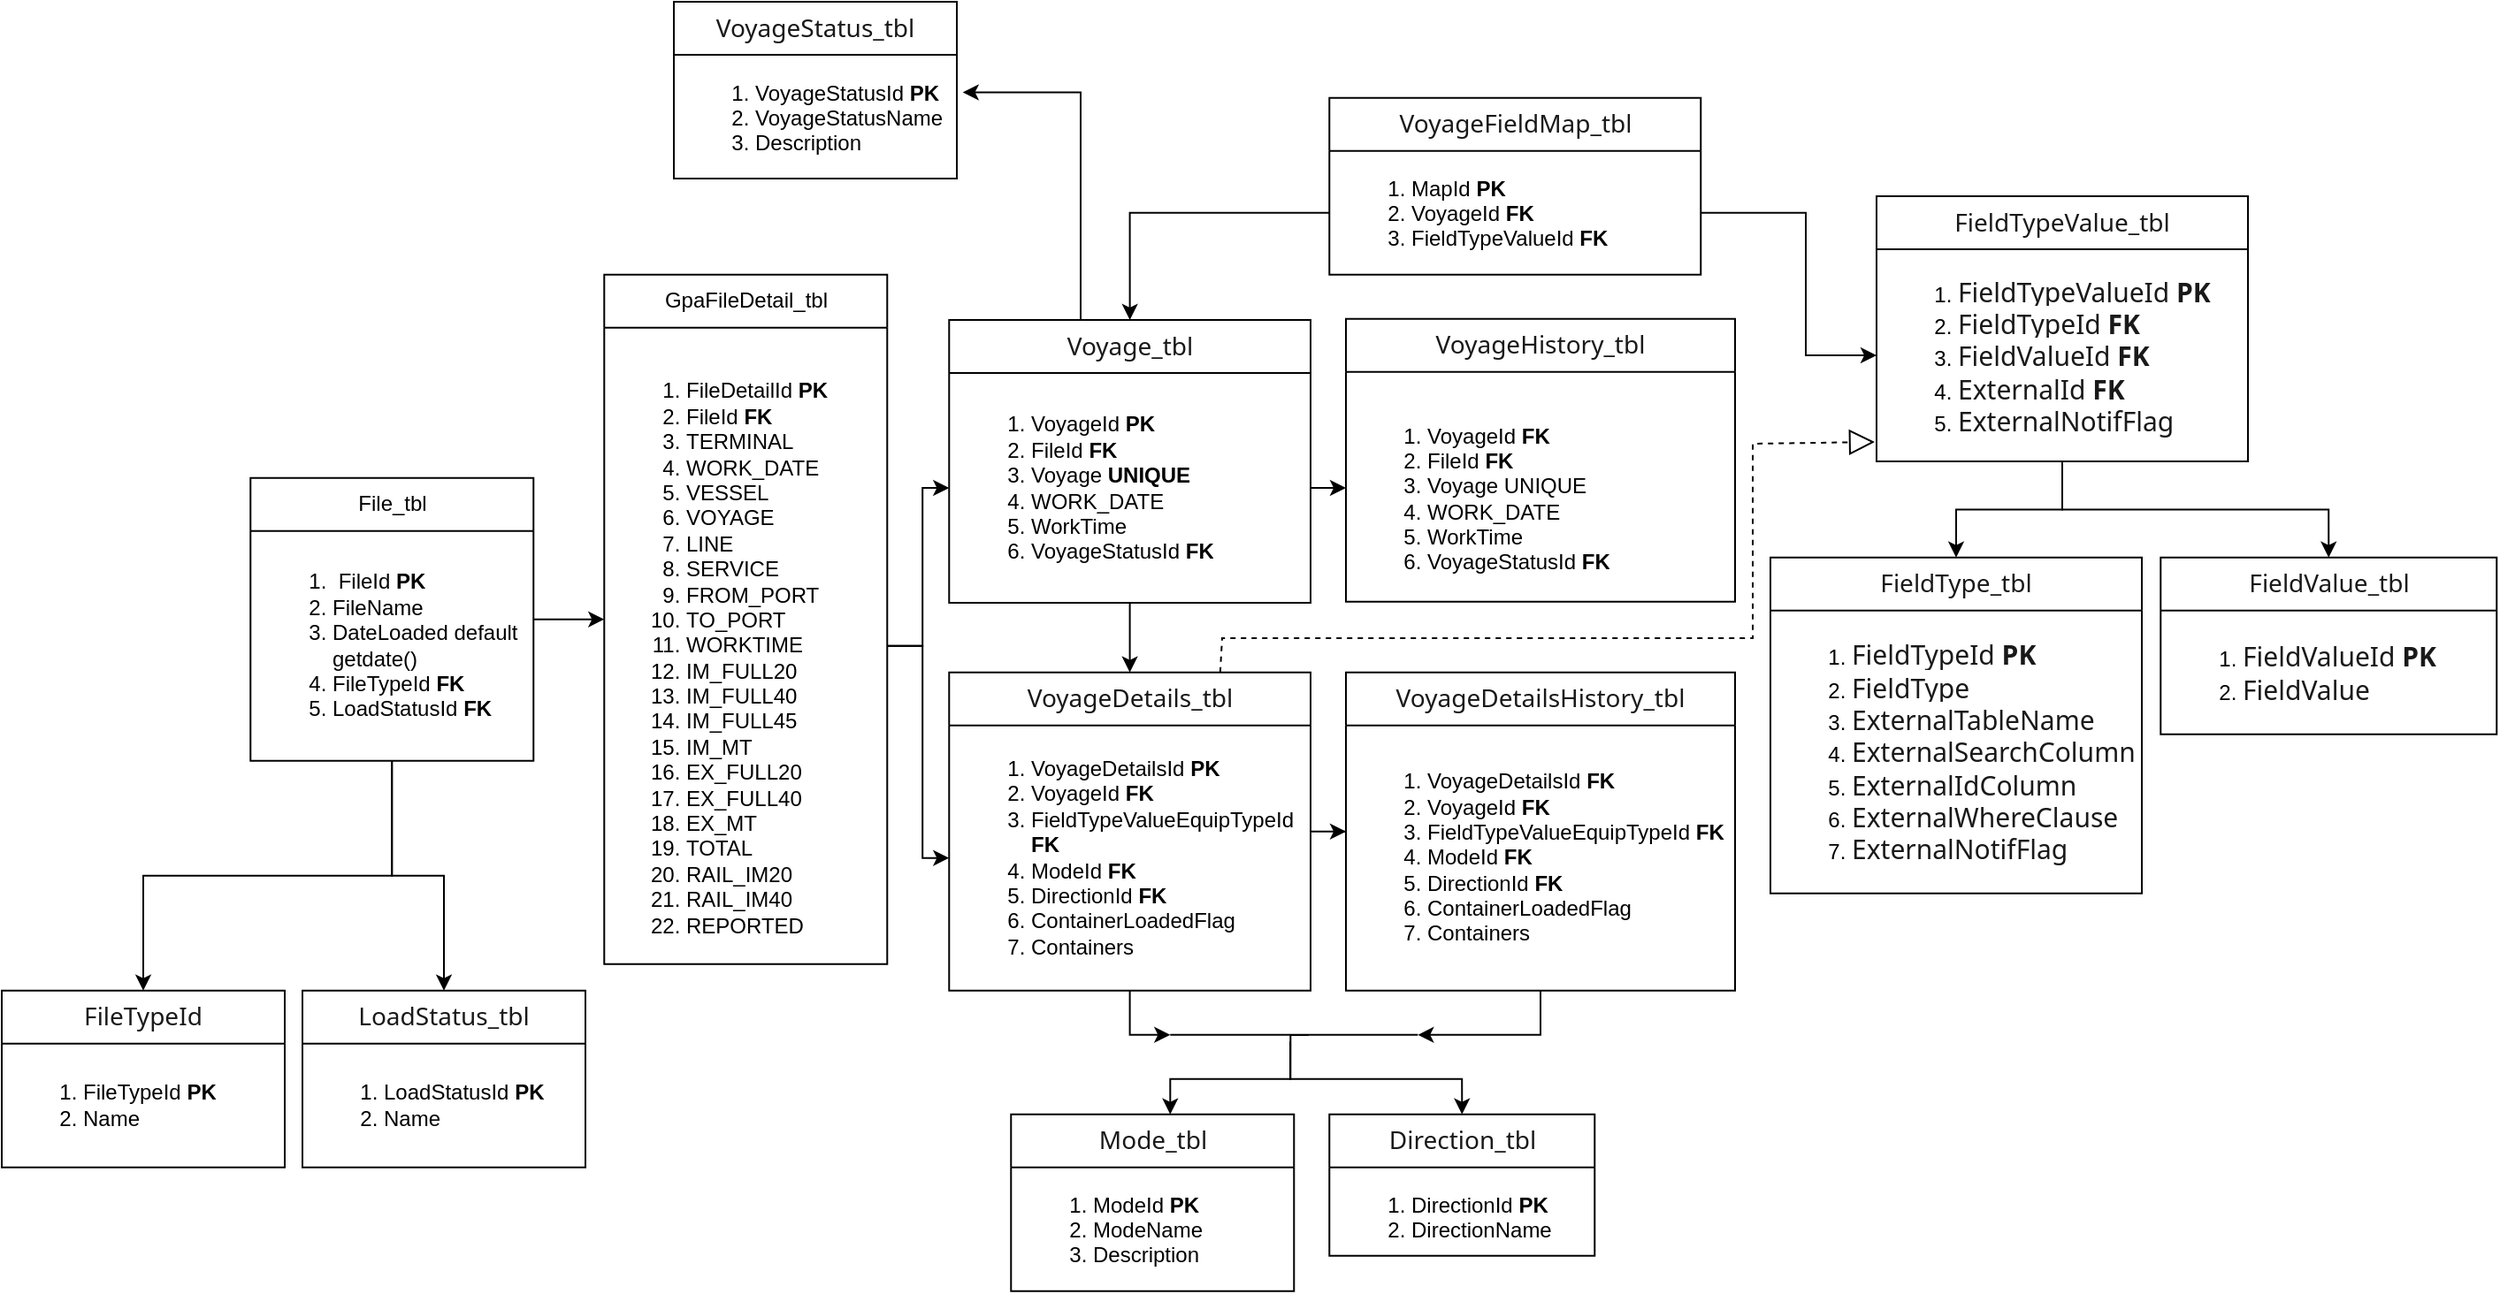
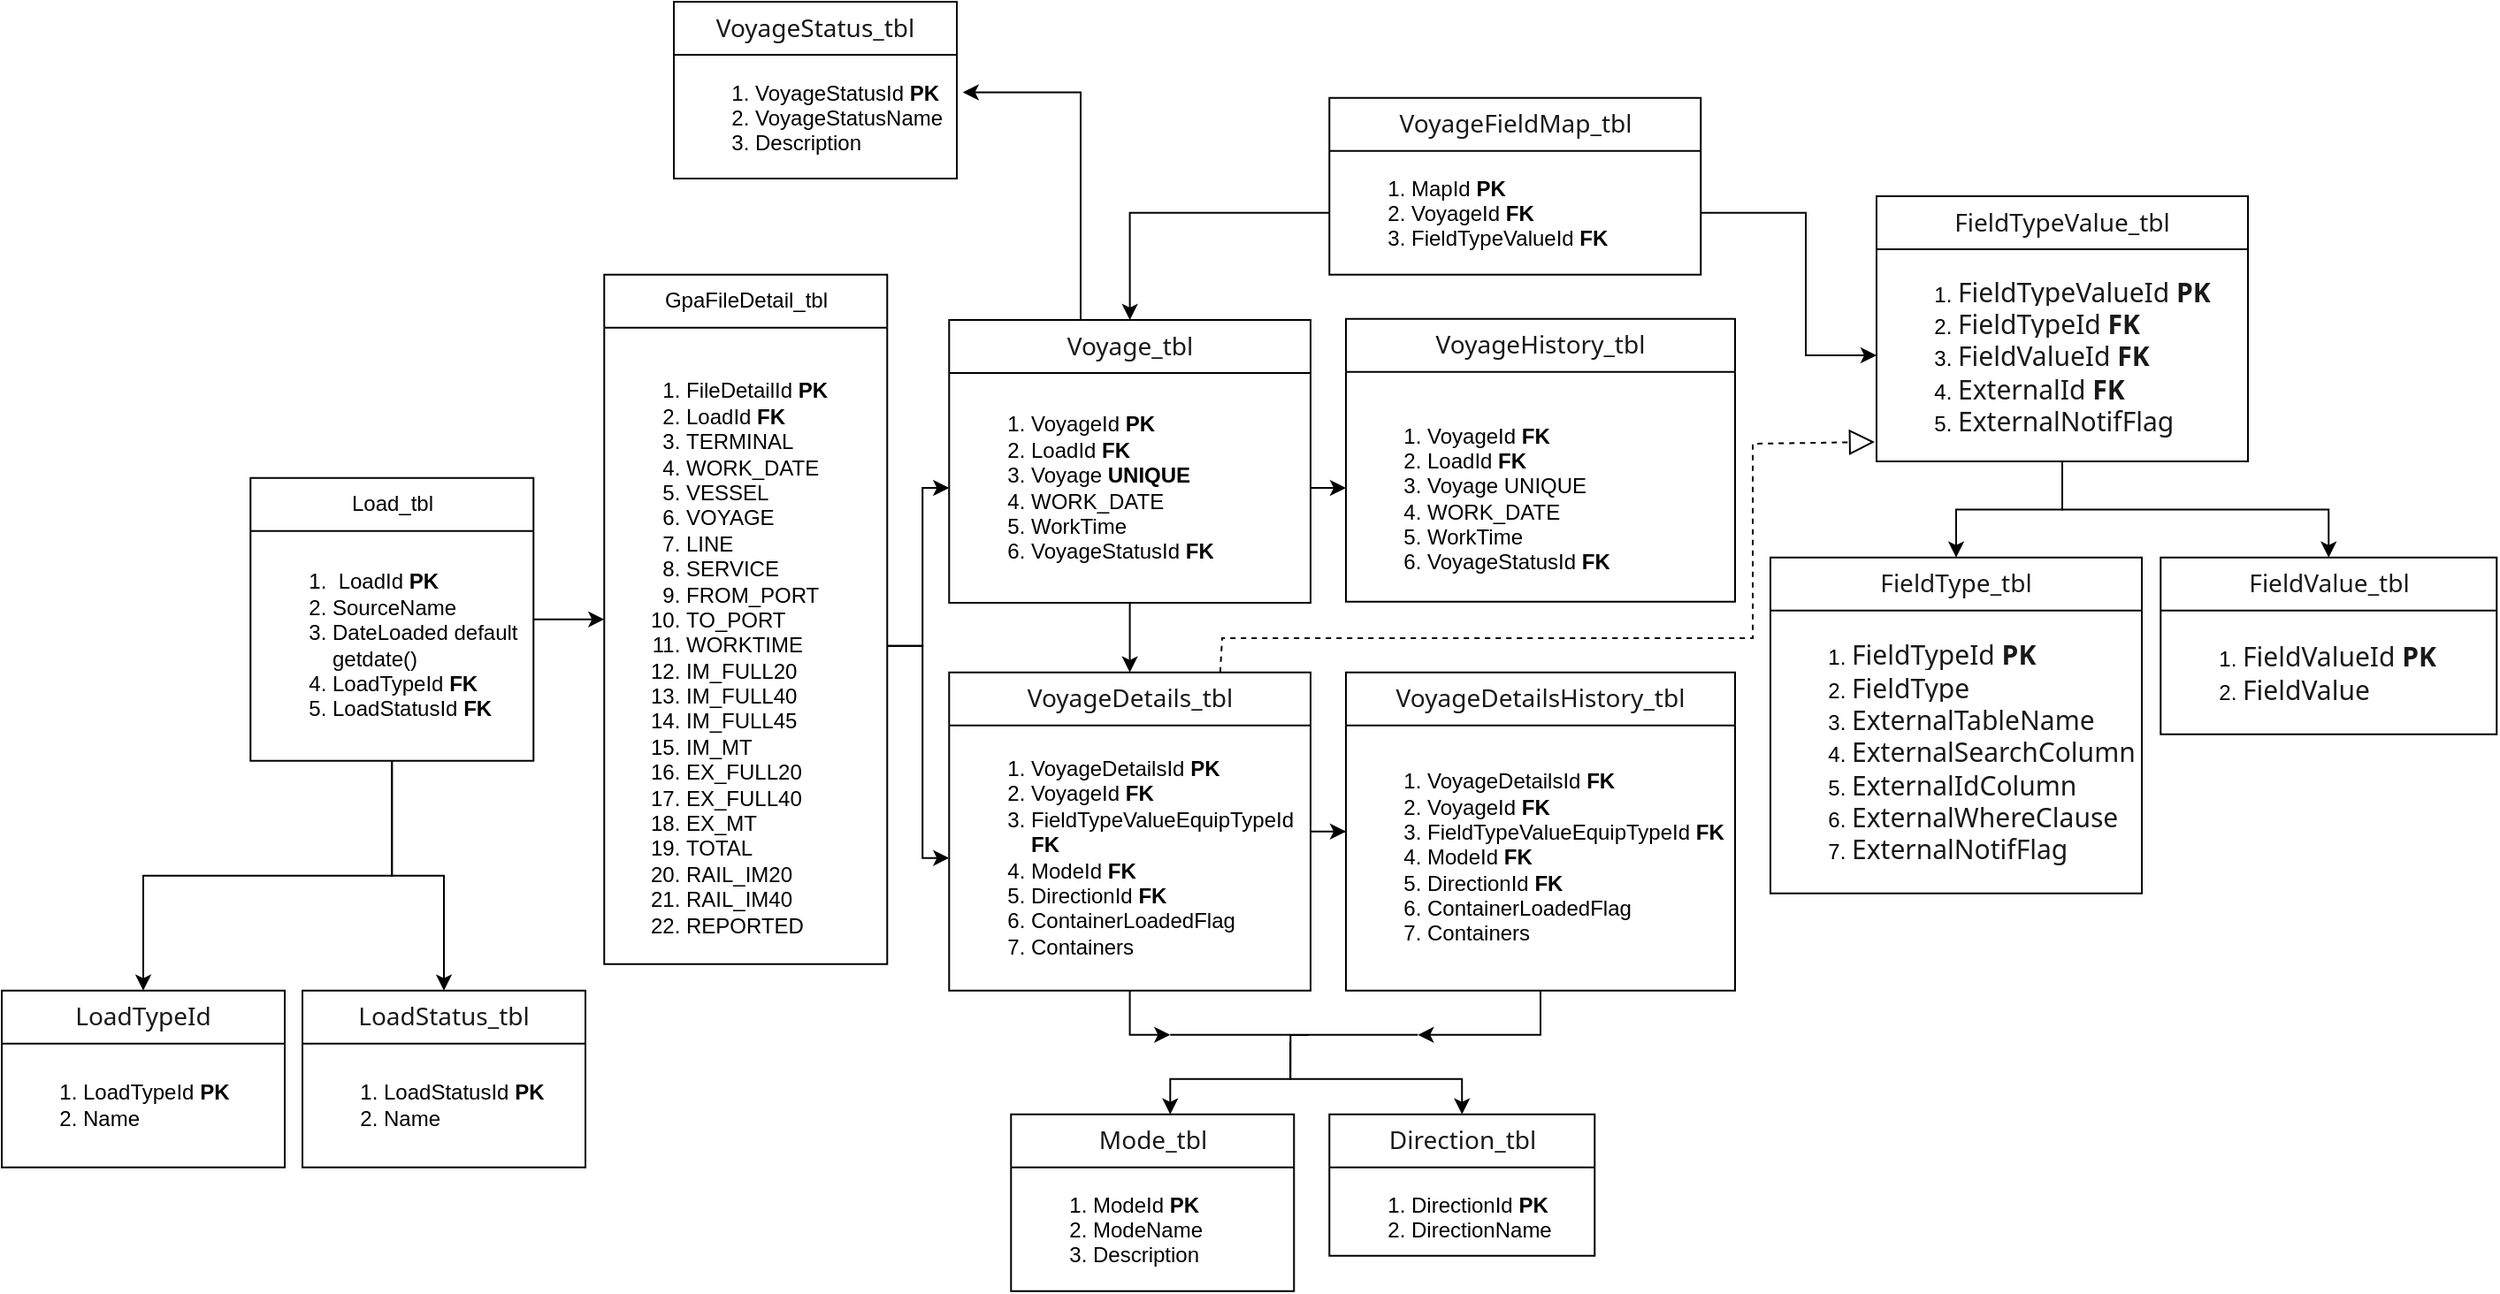
<mxfile host="app.diagrams.net">
  <diagram name="Page-1" id="kaVRo81VIs2B3YFD7KDR">
    <mxGraphModel dx="1638" dy="823" grid="1" gridSize="10" guides="1" tooltips="1" connect="1" arrows="1" fold="1" page="1" pageScale="1" pageWidth="850" pageHeight="1100" math="0" shadow="0">
      <root>
        <mxCell id="0" />
        <mxCell id="1" parent="0" />
        <mxCell id="VEAa2O26n6UEFuyFMqfj-3" edge="1" parent="1" source="VEAa2O26n6UEFuyFMqfj-4" style="edgeStyle=orthogonalEdgeStyle;rounded=0;orthogonalLoop=1;jettySize=auto;html=1;" target="VEAa2O26n6UEFuyFMqfj-6" value="">
          <mxGeometry relative="1" as="geometry" />
        </mxCell>
        <mxCell id="VEAa2O26n6UEFuyFMqfj-45" edge="1" parent="1" source="VEAa2O26n6UEFuyFMqfj-4" style="edgeStyle=orthogonalEdgeStyle;rounded=0;orthogonalLoop=1;jettySize=auto;html=1;" target="VEAa2O26n6UEFuyFMqfj-42">
          <mxGeometry relative="1" as="geometry" />
        </mxCell>
        <mxCell id="VEAa2O26n6UEFuyFMqfj-48" edge="1" parent="1" source="VEAa2O26n6UEFuyFMqfj-4" style="edgeStyle=orthogonalEdgeStyle;rounded=0;orthogonalLoop=1;jettySize=auto;html=1;entryX=0.5;entryY=0;entryDx=0;entryDy=0;" target="VEAa2O26n6UEFuyFMqfj-46">
          <mxGeometry relative="1" as="geometry" />
        </mxCell>
-         <mxCell id="VEAa2O26n6UEFuyFMqfj-4" parent="1" style="swimlane;fontStyle=0;childLayout=stackLayout;horizontal=1;startSize=30;horizontalStack=0;resizeParent=1;resizeParentMax=0;resizeLast=0;collapsible=1;marginBottom=0;whiteSpace=wrap;html=1;" value="File_tbl" vertex="1">
+         <mxCell id="VEAa2O26n6UEFuyFMqfj-4" parent="1" style="swimlane;fontStyle=0;childLayout=stackLayout;horizontal=1;startSize=30;horizontalStack=0;resizeParent=1;resizeParentMax=0;resizeLast=0;collapsible=1;marginBottom=0;whiteSpace=wrap;html=1;" value="Load_tbl" vertex="1">
          <mxGeometry height="160" width="160" x="680.6363636363635" y="1049.3636363636363" as="geometry" />
        </mxCell>
-         <mxCell id="VEAa2O26n6UEFuyFMqfj-5" parent="VEAa2O26n6UEFuyFMqfj-4" style="text;strokeColor=none;fillColor=none;align=left;verticalAlign=middle;spacingLeft=4;spacingRight=4;overflow=hidden;points=[[0,0.5],[1,0.5]];portConstraint=eastwest;rotatable=0;html=1;whiteSpace=wrap;labelBorderColor=none;textShadow=0;" value="&lt;ol&gt;&lt;li&gt;&lt;span style=&quot;background-color: transparent; color: light-dark(rgb(0, 0, 0), rgb(255, 255, 255));&quot;&gt;&amp;nbsp;FileId&lt;/span&gt;&lt;span style=&quot;background-color: transparent; color: light-dark(rgb(0, 0, 0), rgb(255, 255, 255));&quot;&gt;&amp;nbsp;&lt;b&gt;PK&lt;/b&gt;&lt;/span&gt;&lt;/li&gt;&lt;li&gt;&lt;span style=&quot;background-color: transparent; color: light-dark(rgb(0, 0, 0), rgb(255, 255, 255));&quot;&gt;FileName&lt;/span&gt;&lt;/li&gt;&lt;li&gt;&lt;span style=&quot;background-color: transparent; color: light-dark(rgb(0, 0, 0), rgb(255, 255, 255));&quot;&gt;DateLoaded default getdate()&lt;/span&gt;&lt;/li&gt;&lt;li&gt;&lt;span style=&quot;background-color: transparent; color: light-dark(rgb(0, 0, 0), rgb(255, 255, 255));&quot;&gt;FileTypeId &lt;b&gt;FK&lt;/b&gt;&lt;/span&gt;&lt;/li&gt;&lt;li&gt;&lt;span style=&quot;background-color: transparent; color: light-dark(rgb(0, 0, 0), rgb(255, 255, 255));&quot;&gt;LoadStatusId &lt;b&gt;FK&lt;/b&gt;&lt;/span&gt;&lt;/li&gt;&lt;/ol&gt;" vertex="1">
+         <mxCell id="VEAa2O26n6UEFuyFMqfj-5" parent="VEAa2O26n6UEFuyFMqfj-4" style="text;strokeColor=none;fillColor=none;align=left;verticalAlign=middle;spacingLeft=4;spacingRight=4;overflow=hidden;points=[[0,0.5],[1,0.5]];portConstraint=eastwest;rotatable=0;html=1;whiteSpace=wrap;labelBorderColor=none;textShadow=0;" value="&lt;ol&gt;&lt;li&gt;&lt;span style=&quot;background-color: transparent; color: light-dark(rgb(0, 0, 0), rgb(255, 255, 255));&quot;&gt;&amp;nbsp;LoadId&lt;/span&gt;&lt;span style=&quot;background-color: transparent; color: light-dark(rgb(0, 0, 0), rgb(255, 255, 255));&quot;&gt;&amp;nbsp;&lt;b&gt;PK&lt;/b&gt;&lt;/span&gt;&lt;/li&gt;&lt;li&gt;&lt;span style=&quot;background-color: transparent; color: light-dark(rgb(0, 0, 0), rgb(255, 255, 255));&quot;&gt;SourceName&lt;/span&gt;&lt;/li&gt;&lt;li&gt;&lt;span style=&quot;background-color: transparent; color: light-dark(rgb(0, 0, 0), rgb(255, 255, 255));&quot;&gt;DateLoaded default getdate()&lt;/span&gt;&lt;/li&gt;&lt;li&gt;&lt;span style=&quot;background-color: transparent; color: light-dark(rgb(0, 0, 0), rgb(255, 255, 255));&quot;&gt;LoadTypeId &lt;b&gt;FK&lt;/b&gt;&lt;/span&gt;&lt;/li&gt;&lt;li&gt;&lt;span style=&quot;background-color: transparent; color: light-dark(rgb(0, 0, 0), rgb(255, 255, 255));&quot;&gt;LoadStatusId &lt;b&gt;FK&lt;/b&gt;&lt;/span&gt;&lt;/li&gt;&lt;/ol&gt;" vertex="1">
          <mxGeometry height="130" width="160" y="30" as="geometry" />
        </mxCell>
        <mxCell id="VEAa2O26n6UEFuyFMqfj-6" parent="1" style="swimlane;fontStyle=0;childLayout=stackLayout;horizontal=1;startSize=30;horizontalStack=0;resizeParent=1;resizeParentMax=0;resizeLast=0;collapsible=1;marginBottom=0;whiteSpace=wrap;html=1;" value="GpaFileDetail_tbl" vertex="1">
          <mxGeometry height="390" width="160" x="880.6363636363635" y="934.3636363636363" as="geometry" />
        </mxCell>
-         <mxCell id="VEAa2O26n6UEFuyFMqfj-7" parent="VEAa2O26n6UEFuyFMqfj-6" style="text;strokeColor=none;fillColor=none;align=left;verticalAlign=middle;spacingLeft=4;spacingRight=4;overflow=hidden;points=[[0,0.5],[1,0.5]];portConstraint=eastwest;rotatable=0;html=1;whiteSpace=wrap;labelBorderColor=none;textShadow=0;" value="&lt;br style=&quot;background-color: transparent; color: light-dark(rgb(0, 0, 0), rgb(255, 255, 255));&quot;&gt;&lt;ol&gt;&lt;li&gt;FileDetailId &lt;b&gt;PK&lt;/b&gt;&lt;/li&gt;&lt;li&gt;FileId &lt;b&gt;FK&lt;/b&gt;&lt;/li&gt;&lt;li&gt;&lt;span style=&quot;background-color: transparent; color: light-dark(rgb(0, 0, 0), rgb(255, 255, 255));&quot;&gt;TERMINAL&lt;/span&gt;&lt;/li&gt;&lt;li&gt;&lt;span style=&quot;background-color: transparent; color: light-dark(rgb(0, 0, 0), rgb(255, 255, 255));&quot;&gt;WORK_DATE&lt;/span&gt;&lt;/li&gt;&lt;li&gt;&lt;span style=&quot;background-color: transparent; color: light-dark(rgb(0, 0, 0), rgb(255, 255, 255));&quot;&gt;VESSEL&lt;/span&gt;&lt;/li&gt;&lt;li&gt;&lt;span style=&quot;background-color: transparent; color: light-dark(rgb(0, 0, 0), rgb(255, 255, 255));&quot;&gt;VOYAGE&lt;/span&gt;&lt;/li&gt;&lt;li&gt;&lt;span style=&quot;background-color: transparent; color: light-dark(rgb(0, 0, 0), rgb(255, 255, 255));&quot;&gt;LINE&lt;/span&gt;&lt;/li&gt;&lt;li&gt;&lt;span style=&quot;background-color: transparent; color: light-dark(rgb(0, 0, 0), rgb(255, 255, 255));&quot;&gt;SERVICE&lt;/span&gt;&lt;/li&gt;&lt;li&gt;&lt;span style=&quot;background-color: transparent; color: light-dark(rgb(0, 0, 0), rgb(255, 255, 255));&quot;&gt;FROM_PORT&lt;/span&gt;&lt;/li&gt;&lt;li&gt;&lt;span style=&quot;background-color: transparent; color: light-dark(rgb(0, 0, 0), rgb(255, 255, 255));&quot;&gt;TO_PORT&lt;/span&gt;&lt;/li&gt;&lt;li&gt;&lt;span style=&quot;background-color: transparent; color: light-dark(rgb(0, 0, 0), rgb(255, 255, 255));&quot;&gt;WORKTIME&lt;/span&gt;&lt;/li&gt;&lt;li&gt;&lt;span style=&quot;background-color: transparent; color: light-dark(rgb(0, 0, 0), rgb(255, 255, 255));&quot;&gt;IM_FULL20&lt;/span&gt;&lt;/li&gt;&lt;li&gt;&lt;span style=&quot;background-color: transparent; color: light-dark(rgb(0, 0, 0), rgb(255, 255, 255));&quot;&gt;IM_FULL40&lt;/span&gt;&lt;/li&gt;&lt;li&gt;&lt;span style=&quot;background-color: transparent; color: light-dark(rgb(0, 0, 0), rgb(255, 255, 255));&quot;&gt;IM_FULL45&lt;/span&gt;&lt;/li&gt;&lt;li&gt;&lt;span style=&quot;background-color: transparent; color: light-dark(rgb(0, 0, 0), rgb(255, 255, 255));&quot;&gt;IM_MT&lt;/span&gt;&lt;/li&gt;&lt;li&gt;&lt;span style=&quot;background-color: transparent; color: light-dark(rgb(0, 0, 0), rgb(255, 255, 255));&quot;&gt;EX_FULL20&lt;/span&gt;&lt;/li&gt;&lt;li&gt;&lt;span style=&quot;background-color: transparent; color: light-dark(rgb(0, 0, 0), rgb(255, 255, 255));&quot;&gt;EX_FULL40&lt;/span&gt;&lt;/li&gt;&lt;li&gt;&lt;span style=&quot;background-color: transparent; color: light-dark(rgb(0, 0, 0), rgb(255, 255, 255));&quot;&gt;EX_MT&lt;/span&gt;&lt;/li&gt;&lt;li&gt;&lt;span style=&quot;background-color: transparent; color: light-dark(rgb(0, 0, 0), rgb(255, 255, 255));&quot;&gt;TOTAL&lt;/span&gt;&lt;/li&gt;&lt;li&gt;&lt;span style=&quot;background-color: transparent; color: light-dark(rgb(0, 0, 0), rgb(255, 255, 255));&quot;&gt;RAIL_IM20&lt;/span&gt;&lt;/li&gt;&lt;li&gt;&lt;span style=&quot;background-color: transparent; color: light-dark(rgb(0, 0, 0), rgb(255, 255, 255));&quot;&gt;RAIL_IM40&lt;/span&gt;&lt;/li&gt;&lt;li&gt;&lt;span style=&quot;background-color: transparent; color: light-dark(rgb(0, 0, 0), rgb(255, 255, 255));&quot;&gt;REPORTED&lt;/span&gt;&lt;/li&gt;&lt;/ol&gt;" vertex="1">
+         <mxCell id="VEAa2O26n6UEFuyFMqfj-7" parent="VEAa2O26n6UEFuyFMqfj-6" style="text;strokeColor=none;fillColor=none;align=left;verticalAlign=middle;spacingLeft=4;spacingRight=4;overflow=hidden;points=[[0,0.5],[1,0.5]];portConstraint=eastwest;rotatable=0;html=1;whiteSpace=wrap;labelBorderColor=none;textShadow=0;" value="&lt;br style=&quot;background-color: transparent; color: light-dark(rgb(0, 0, 0), rgb(255, 255, 255));&quot;&gt;&lt;ol&gt;&lt;li&gt;FileDetailId &lt;b&gt;PK&lt;/b&gt;&lt;/li&gt;&lt;li&gt;LoadId &lt;b&gt;FK&lt;/b&gt;&lt;/li&gt;&lt;li&gt;&lt;span style=&quot;background-color: transparent; color: light-dark(rgb(0, 0, 0), rgb(255, 255, 255));&quot;&gt;TERMINAL&lt;/span&gt;&lt;/li&gt;&lt;li&gt;&lt;span style=&quot;background-color: transparent; color: light-dark(rgb(0, 0, 0), rgb(255, 255, 255));&quot;&gt;WORK_DATE&lt;/span&gt;&lt;/li&gt;&lt;li&gt;&lt;span style=&quot;background-color: transparent; color: light-dark(rgb(0, 0, 0), rgb(255, 255, 255));&quot;&gt;VESSEL&lt;/span&gt;&lt;/li&gt;&lt;li&gt;&lt;span style=&quot;background-color: transparent; color: light-dark(rgb(0, 0, 0), rgb(255, 255, 255));&quot;&gt;VOYAGE&lt;/span&gt;&lt;/li&gt;&lt;li&gt;&lt;span style=&quot;background-color: transparent; color: light-dark(rgb(0, 0, 0), rgb(255, 255, 255));&quot;&gt;LINE&lt;/span&gt;&lt;/li&gt;&lt;li&gt;&lt;span style=&quot;background-color: transparent; color: light-dark(rgb(0, 0, 0), rgb(255, 255, 255));&quot;&gt;SERVICE&lt;/span&gt;&lt;/li&gt;&lt;li&gt;&lt;span style=&quot;background-color: transparent; color: light-dark(rgb(0, 0, 0), rgb(255, 255, 255));&quot;&gt;FROM_PORT&lt;/span&gt;&lt;/li&gt;&lt;li&gt;&lt;span style=&quot;background-color: transparent; color: light-dark(rgb(0, 0, 0), rgb(255, 255, 255));&quot;&gt;TO_PORT&lt;/span&gt;&lt;/li&gt;&lt;li&gt;&lt;span style=&quot;background-color: transparent; color: light-dark(rgb(0, 0, 0), rgb(255, 255, 255));&quot;&gt;WORKTIME&lt;/span&gt;&lt;/li&gt;&lt;li&gt;&lt;span style=&quot;background-color: transparent; color: light-dark(rgb(0, 0, 0), rgb(255, 255, 255));&quot;&gt;IM_FULL20&lt;/span&gt;&lt;/li&gt;&lt;li&gt;&lt;span style=&quot;background-color: transparent; color: light-dark(rgb(0, 0, 0), rgb(255, 255, 255));&quot;&gt;IM_FULL40&lt;/span&gt;&lt;/li&gt;&lt;li&gt;&lt;span style=&quot;background-color: transparent; color: light-dark(rgb(0, 0, 0), rgb(255, 255, 255));&quot;&gt;IM_FULL45&lt;/span&gt;&lt;/li&gt;&lt;li&gt;&lt;span style=&quot;background-color: transparent; color: light-dark(rgb(0, 0, 0), rgb(255, 255, 255));&quot;&gt;IM_MT&lt;/span&gt;&lt;/li&gt;&lt;li&gt;&lt;span style=&quot;background-color: transparent; color: light-dark(rgb(0, 0, 0), rgb(255, 255, 255));&quot;&gt;EX_FULL20&lt;/span&gt;&lt;/li&gt;&lt;li&gt;&lt;span style=&quot;background-color: transparent; color: light-dark(rgb(0, 0, 0), rgb(255, 255, 255));&quot;&gt;EX_FULL40&lt;/span&gt;&lt;/li&gt;&lt;li&gt;&lt;span style=&quot;background-color: transparent; color: light-dark(rgb(0, 0, 0), rgb(255, 255, 255));&quot;&gt;EX_MT&lt;/span&gt;&lt;/li&gt;&lt;li&gt;&lt;span style=&quot;background-color: transparent; color: light-dark(rgb(0, 0, 0), rgb(255, 255, 255));&quot;&gt;TOTAL&lt;/span&gt;&lt;/li&gt;&lt;li&gt;&lt;span style=&quot;background-color: transparent; color: light-dark(rgb(0, 0, 0), rgb(255, 255, 255));&quot;&gt;RAIL_IM20&lt;/span&gt;&lt;/li&gt;&lt;li&gt;&lt;span style=&quot;background-color: transparent; color: light-dark(rgb(0, 0, 0), rgb(255, 255, 255));&quot;&gt;RAIL_IM40&lt;/span&gt;&lt;/li&gt;&lt;li&gt;&lt;span style=&quot;background-color: transparent; color: light-dark(rgb(0, 0, 0), rgb(255, 255, 255));&quot;&gt;REPORTED&lt;/span&gt;&lt;/li&gt;&lt;/ol&gt;" vertex="1">
          <mxGeometry height="360" width="160" y="30" as="geometry" />
        </mxCell>
        <mxCell id="VEAa2O26n6UEFuyFMqfj-8" edge="1" parent="1" source="VEAa2O26n6UEFuyFMqfj-10" style="edgeStyle=orthogonalEdgeStyle;rounded=0;orthogonalLoop=1;jettySize=auto;html=1;" target="VEAa2O26n6UEFuyFMqfj-15" value="">
          <mxGeometry relative="1" as="geometry" />
        </mxCell>
        <mxCell id="VEAa2O26n6UEFuyFMqfj-49" edge="1" parent="1" source="VEAa2O26n6UEFuyFMqfj-10" style="edgeStyle=orthogonalEdgeStyle;rounded=0;orthogonalLoop=1;jettySize=auto;html=1;entryX=1.021;entryY=0.303;entryDx=0;entryDy=0;entryPerimeter=0;" target="VEAa2O26n6UEFuyFMqfj-51">
          <mxGeometry relative="1" as="geometry">
            <Array as="points">
              <mxPoint x="1150" y="831" />
            </Array>
            <mxPoint x="1080" y="870" as="targetPoint" />
          </mxGeometry>
        </mxCell>
        <mxCell id="VEAa2O26n6UEFuyFMqfj-10" parent="1" style="swimlane;fontStyle=0;childLayout=stackLayout;horizontal=1;startSize=30;horizontalStack=0;resizeParent=1;resizeParentMax=0;resizeLast=0;collapsible=1;marginBottom=0;whiteSpace=wrap;html=1;" value="&lt;span style=&quot;color: rgba(0, 0, 0, 0.9); font-family: &amp;quot;Segoe UI VSS (Regular)&amp;quot;, &amp;quot;Segoe UI&amp;quot;, -apple-system, BlinkMacSystemFont, Roboto, &amp;quot;Helvetica Neue&amp;quot;, Helvetica, Ubuntu, Arial, sans-serif, &amp;quot;Apple Color Emoji&amp;quot;, &amp;quot;Segoe UI Emoji&amp;quot;, &amp;quot;Segoe UI Symbol&amp;quot;; font-size: 14px; text-align: start; background-color: rgb(255, 255, 255);&quot;&gt;Voyage_tbl&lt;/span&gt;" vertex="1">
          <mxGeometry height="160" width="204.36" x="1075.64" y="960" as="geometry" />
        </mxCell>
-         <mxCell id="VEAa2O26n6UEFuyFMqfj-11" parent="VEAa2O26n6UEFuyFMqfj-10" style="text;strokeColor=none;fillColor=none;align=left;verticalAlign=middle;spacingLeft=4;spacingRight=4;overflow=hidden;points=[[0,0.5],[1,0.5]];portConstraint=eastwest;rotatable=0;html=1;whiteSpace=wrap;labelBorderColor=none;textShadow=0;" value="&lt;ol&gt;&lt;li&gt;VoyageId &lt;b&gt;PK&lt;/b&gt;&lt;/li&gt;&lt;li&gt;FileId &lt;b&gt;FK&lt;/b&gt;&lt;/li&gt;&lt;li&gt;&lt;span style=&quot;background-color: transparent; color: light-dark(rgb(0, 0, 0), rgb(255, 255, 255));&quot;&gt;Voyage &lt;b&gt;UNIQUE&lt;/b&gt;&lt;/span&gt;&lt;/li&gt;&lt;li&gt;WORK_DATE&lt;/li&gt;&lt;li&gt;WorkTime&lt;/li&gt;&lt;li&gt;VoyageStatusId &lt;b&gt;FK&lt;/b&gt;&lt;/li&gt;&lt;/ol&gt;" vertex="1">
+         <mxCell id="VEAa2O26n6UEFuyFMqfj-11" parent="VEAa2O26n6UEFuyFMqfj-10" style="text;strokeColor=none;fillColor=none;align=left;verticalAlign=middle;spacingLeft=4;spacingRight=4;overflow=hidden;points=[[0,0.5],[1,0.5]];portConstraint=eastwest;rotatable=0;html=1;whiteSpace=wrap;labelBorderColor=none;textShadow=0;" value="&lt;ol&gt;&lt;li&gt;VoyageId &lt;b&gt;PK&lt;/b&gt;&lt;/li&gt;&lt;li&gt;LoadId &lt;b&gt;FK&lt;/b&gt;&lt;/li&gt;&lt;li&gt;&lt;span style=&quot;background-color: transparent; color: light-dark(rgb(0, 0, 0), rgb(255, 255, 255));&quot;&gt;Voyage &lt;b&gt;UNIQUE&lt;/b&gt;&lt;/span&gt;&lt;/li&gt;&lt;li&gt;WORK_DATE&lt;/li&gt;&lt;li&gt;WorkTime&lt;/li&gt;&lt;li&gt;VoyageStatusId &lt;b&gt;FK&lt;/b&gt;&lt;/li&gt;&lt;/ol&gt;" vertex="1">
          <mxGeometry height="130" width="204.36" y="30" as="geometry" />
        </mxCell>
        <mxCell id="VEAa2O26n6UEFuyFMqfj-12" edge="1" parent="1" source="VEAa2O26n6UEFuyFMqfj-7" style="edgeStyle=orthogonalEdgeStyle;rounded=0;orthogonalLoop=1;jettySize=auto;html=1;exitX=1;exitY=0.5;exitDx=0;exitDy=0;entryX=0;entryY=0.5;entryDx=0;entryDy=0;" target="VEAa2O26n6UEFuyFMqfj-16">
          <mxGeometry relative="1" as="geometry">
            <mxPoint x="1260.6363636363635" y="1244.363636363636" as="targetPoint" />
          </mxGeometry>
        </mxCell>
        <mxCell id="VEAa2O26n6UEFuyFMqfj-13" edge="1" parent="1" source="VEAa2O26n6UEFuyFMqfj-15" style="edgeStyle=orthogonalEdgeStyle;rounded=0;orthogonalLoop=1;jettySize=auto;html=1;" target="VEAa2O26n6UEFuyFMqfj-20" value="">
          <mxGeometry relative="1" as="geometry" />
        </mxCell>
        <mxCell id="VEAa2O26n6UEFuyFMqfj-14" edge="1" parent="1" source="VEAa2O26n6UEFuyFMqfj-15" style="edgeStyle=orthogonalEdgeStyle;rounded=0;orthogonalLoop=1;jettySize=auto;html=1;" target="VEAa2O26n6UEFuyFMqfj-40">
          <mxGeometry relative="1" as="geometry" />
        </mxCell>
        <mxCell id="VEAa2O26n6UEFuyFMqfj-15" parent="1" style="swimlane;fontStyle=0;childLayout=stackLayout;horizontal=1;startSize=30;horizontalStack=0;resizeParent=1;resizeParentMax=0;resizeLast=0;collapsible=1;marginBottom=0;whiteSpace=wrap;html=1;" value="&lt;span style=&quot;color: rgba(0, 0, 0, 0.9); font-family: &amp;quot;Segoe UI VSS (Regular)&amp;quot;, &amp;quot;Segoe UI&amp;quot;, -apple-system, BlinkMacSystemFont, Roboto, &amp;quot;Helvetica Neue&amp;quot;, Helvetica, Ubuntu, Arial, sans-serif, &amp;quot;Apple Color Emoji&amp;quot;, &amp;quot;Segoe UI Emoji&amp;quot;, &amp;quot;Segoe UI Symbol&amp;quot;; font-size: 14px; text-align: start; background-color: rgb(255, 255, 255);&quot;&gt;VoyageDetails_tbl&lt;/span&gt;" vertex="1">
          <mxGeometry height="180" width="204.36" x="1075.64" y="1159.36" as="geometry" />
        </mxCell>
        <mxCell id="VEAa2O26n6UEFuyFMqfj-16" parent="VEAa2O26n6UEFuyFMqfj-15" style="text;strokeColor=none;fillColor=none;align=left;verticalAlign=middle;spacingLeft=4;spacingRight=4;overflow=hidden;points=[[0,0.5],[1,0.5]];portConstraint=eastwest;rotatable=0;html=1;whiteSpace=wrap;labelBorderColor=none;textShadow=0;" value="&lt;ol&gt;&lt;li&gt;VoyageDetailsId&amp;nbsp;&lt;b&gt;PK&lt;/b&gt;&lt;/li&gt;&lt;li&gt;&lt;b&gt;&lt;span style=&quot;font-weight: 400;&quot;&gt;VoyageId&amp;nbsp;&lt;/span&gt;FK&lt;/b&gt;&lt;/li&gt;&lt;li&gt;FieldTypeValueEquipTypeId &lt;b&gt;FK&lt;/b&gt;&lt;/li&gt;&lt;li&gt;ModeId &lt;b&gt;FK&lt;/b&gt;&lt;/li&gt;&lt;li&gt;DirectionId &lt;b&gt;FK&lt;/b&gt;&lt;/li&gt;&lt;li&gt;ContainerLoadedFlag&lt;/li&gt;&lt;li&gt;Containers&lt;/li&gt;&lt;/ol&gt;" vertex="1">
          <mxGeometry height="150" width="204.36" y="30" as="geometry" />
        </mxCell>
        <mxCell id="VEAa2O26n6UEFuyFMqfj-17" parent="1" style="swimlane;fontStyle=0;childLayout=stackLayout;horizontal=1;startSize=30;horizontalStack=0;resizeParent=1;resizeParentMax=0;resizeLast=0;collapsible=1;marginBottom=0;whiteSpace=wrap;html=1;" value="&lt;span style=&quot;color: rgba(0, 0, 0, 0.9); font-family: &amp;quot;Segoe UI VSS (Regular)&amp;quot;, &amp;quot;Segoe UI&amp;quot;, -apple-system, BlinkMacSystemFont, Roboto, &amp;quot;Helvetica Neue&amp;quot;, Helvetica, Ubuntu, Arial, sans-serif, &amp;quot;Apple Color Emoji&amp;quot;, &amp;quot;Segoe UI Emoji&amp;quot;, &amp;quot;Segoe UI Symbol&amp;quot;; font-size: 14px; text-align: start; background-color: rgb(255, 255, 255);&quot;&gt;VoyageHistory_tbl&lt;/span&gt;" vertex="1">
          <mxGeometry height="160" width="220" x="1300" y="959.36" as="geometry" />
        </mxCell>
-         <mxCell id="VEAa2O26n6UEFuyFMqfj-18" parent="VEAa2O26n6UEFuyFMqfj-17" style="text;strokeColor=none;fillColor=none;align=left;verticalAlign=middle;spacingLeft=4;spacingRight=4;overflow=hidden;points=[[0,0.5],[1,0.5]];portConstraint=eastwest;rotatable=0;html=1;whiteSpace=wrap;labelBorderColor=none;textShadow=0;" value="&lt;div&gt;&lt;b&gt;&lt;br&gt;&lt;/b&gt;&lt;/div&gt;&lt;ol&gt;&lt;li&gt;VoyageId &lt;b&gt;FK&lt;/b&gt;&lt;/li&gt;&lt;li&gt;FileId &lt;b&gt;FK&lt;/b&gt;&lt;/li&gt;&lt;li&gt;&lt;span style=&quot;background-color: transparent; color: light-dark(rgb(0, 0, 0), rgb(255, 255, 255));&quot;&gt;Voyage UNIQUE&lt;/span&gt;&lt;/li&gt;&lt;li&gt;WORK_DATE&lt;/li&gt;&lt;li&gt;&lt;span style=&quot;background-color: transparent; color: light-dark(rgb(0, 0, 0), rgb(255, 255, 255));&quot;&gt;WorkTime&lt;/span&gt;&lt;/li&gt;&lt;li&gt;VoyageStatusId &lt;b&gt;FK&lt;/b&gt;&lt;/li&gt;&lt;/ol&gt;" vertex="1">
+         <mxCell id="VEAa2O26n6UEFuyFMqfj-18" parent="VEAa2O26n6UEFuyFMqfj-17" style="text;strokeColor=none;fillColor=none;align=left;verticalAlign=middle;spacingLeft=4;spacingRight=4;overflow=hidden;points=[[0,0.5],[1,0.5]];portConstraint=eastwest;rotatable=0;html=1;whiteSpace=wrap;labelBorderColor=none;textShadow=0;" value="&lt;div&gt;&lt;b&gt;&lt;br&gt;&lt;/b&gt;&lt;/div&gt;&lt;ol&gt;&lt;li&gt;VoyageId &lt;b&gt;FK&lt;/b&gt;&lt;/li&gt;&lt;li&gt;LoadId &lt;b&gt;FK&lt;/b&gt;&lt;/li&gt;&lt;li&gt;&lt;span style=&quot;background-color: transparent; color: light-dark(rgb(0, 0, 0), rgb(255, 255, 255));&quot;&gt;Voyage UNIQUE&lt;/span&gt;&lt;/li&gt;&lt;li&gt;WORK_DATE&lt;/li&gt;&lt;li&gt;&lt;span style=&quot;background-color: transparent; color: light-dark(rgb(0, 0, 0), rgb(255, 255, 255));&quot;&gt;WorkTime&lt;/span&gt;&lt;/li&gt;&lt;li&gt;VoyageStatusId &lt;b&gt;FK&lt;/b&gt;&lt;/li&gt;&lt;/ol&gt;" vertex="1">
          <mxGeometry height="130" width="220" y="30" as="geometry" />
        </mxCell>
        <mxCell id="VEAa2O26n6UEFuyFMqfj-19" edge="1" parent="1" source="VEAa2O26n6UEFuyFMqfj-20" style="edgeStyle=orthogonalEdgeStyle;rounded=0;orthogonalLoop=1;jettySize=auto;html=1;" target="VEAa2O26n6UEFuyFMqfj-40">
          <mxGeometry relative="1" as="geometry" />
        </mxCell>
        <mxCell id="VEAa2O26n6UEFuyFMqfj-20" parent="1" style="swimlane;fontStyle=0;childLayout=stackLayout;horizontal=1;startSize=30;horizontalStack=0;resizeParent=1;resizeParentMax=0;resizeLast=0;collapsible=1;marginBottom=0;whiteSpace=wrap;html=1;" value="&lt;span style=&quot;color: rgba(0, 0, 0, 0.9); font-family: &amp;quot;Segoe UI VSS (Regular)&amp;quot;, &amp;quot;Segoe UI&amp;quot;, -apple-system, BlinkMacSystemFont, Roboto, &amp;quot;Helvetica Neue&amp;quot;, Helvetica, Ubuntu, Arial, sans-serif, &amp;quot;Apple Color Emoji&amp;quot;, &amp;quot;Segoe UI Emoji&amp;quot;, &amp;quot;Segoe UI Symbol&amp;quot;; font-size: 14px; text-align: start; background-color: rgb(255, 255, 255);&quot;&gt;VoyageDetailsHistory_tbl&lt;/span&gt;" vertex="1">
          <mxGeometry height="180" width="220" x="1300" y="1159.36" as="geometry" />
        </mxCell>
        <mxCell id="VEAa2O26n6UEFuyFMqfj-21" parent="VEAa2O26n6UEFuyFMqfj-20" style="text;strokeColor=none;fillColor=none;align=left;verticalAlign=middle;spacingLeft=4;spacingRight=4;overflow=hidden;points=[[0,0.5],[1,0.5]];portConstraint=eastwest;rotatable=0;html=1;whiteSpace=wrap;labelBorderColor=none;textShadow=0;" value="&lt;ol&gt;&lt;li&gt;VoyageDetailsId &lt;b style=&quot;background-color: transparent; color: light-dark(rgb(0, 0, 0), rgb(255, 255, 255));&quot;&gt;FK&lt;/b&gt;&lt;/li&gt;&lt;li&gt;&lt;b&gt;&lt;span style=&quot;font-weight: 400;&quot;&gt;VoyageId&amp;nbsp;&lt;/span&gt;FK&lt;/b&gt;&lt;/li&gt;&lt;li&gt;FieldTypeValueEquipTypeId &lt;b&gt;FK&lt;/b&gt;&lt;/li&gt;&lt;li&gt;ModeId &lt;b&gt;FK&lt;/b&gt;&lt;/li&gt;&lt;li&gt;DirectionId &lt;b&gt;FK&lt;/b&gt;&lt;/li&gt;&lt;li&gt;ContainerLoadedFlag&lt;/li&gt;&lt;li&gt;Containers&lt;/li&gt;&lt;/ol&gt;" vertex="1">
          <mxGeometry height="150" width="220" y="30" as="geometry" />
        </mxCell>
        <mxCell id="VEAa2O26n6UEFuyFMqfj-22" parent="1" style="swimlane;fontStyle=0;childLayout=stackLayout;horizontal=1;startSize=30;horizontalStack=0;resizeParent=1;resizeParentMax=0;resizeLast=0;collapsible=1;marginBottom=0;whiteSpace=wrap;html=1;" value="&lt;span style=&quot;color: rgba(0, 0, 0, 0.9); font-family: &amp;quot;Segoe UI VSS (Regular)&amp;quot;, &amp;quot;Segoe UI&amp;quot;, -apple-system, BlinkMacSystemFont, Roboto, &amp;quot;Helvetica Neue&amp;quot;, Helvetica, Ubuntu, Arial, sans-serif, &amp;quot;Apple Color Emoji&amp;quot;, &amp;quot;Segoe UI Emoji&amp;quot;, &amp;quot;Segoe UI Symbol&amp;quot;; font-size: 14px; text-align: start; background-color: rgb(255, 255, 255);&quot;&gt;Mode_tbl&lt;/span&gt;" vertex="1">
          <mxGeometry height="100" width="160" x="1110.6363636363635" y="1409.3636363636363" as="geometry" />
        </mxCell>
        <mxCell id="VEAa2O26n6UEFuyFMqfj-23" parent="VEAa2O26n6UEFuyFMqfj-22" style="text;strokeColor=none;fillColor=none;align=left;verticalAlign=middle;spacingLeft=4;spacingRight=4;overflow=hidden;points=[[0,0.5],[1,0.5]];portConstraint=eastwest;rotatable=0;html=1;whiteSpace=wrap;labelBorderColor=none;textShadow=0;" value="&lt;ol&gt;&lt;li&gt;ModeId&amp;nbsp;&lt;b&gt;PK&lt;/b&gt;&lt;/li&gt;&lt;li&gt;&lt;b&gt;&lt;span style=&quot;font-weight: 400;&quot;&gt;ModeName&lt;/span&gt;&lt;/b&gt;&lt;/li&gt;&lt;li&gt;&lt;b&gt;&lt;span style=&quot;font-weight: 400;&quot;&gt;Description&lt;/span&gt;&lt;/b&gt;&lt;/li&gt;&lt;/ol&gt;" vertex="1">
          <mxGeometry height="70" width="160" y="30" as="geometry" />
        </mxCell>
        <mxCell id="VEAa2O26n6UEFuyFMqfj-24" parent="1" style="swimlane;fontStyle=0;childLayout=stackLayout;horizontal=1;startSize=30;horizontalStack=0;resizeParent=1;resizeParentMax=0;resizeLast=0;collapsible=1;marginBottom=0;whiteSpace=wrap;html=1;" value="&lt;span style=&quot;color: rgba(0, 0, 0, 0.9); font-family: &amp;quot;Segoe UI VSS (Regular)&amp;quot;, &amp;quot;Segoe UI&amp;quot;, -apple-system, BlinkMacSystemFont, Roboto, &amp;quot;Helvetica Neue&amp;quot;, Helvetica, Ubuntu, Arial, sans-serif, &amp;quot;Apple Color Emoji&amp;quot;, &amp;quot;Segoe UI Emoji&amp;quot;, &amp;quot;Segoe UI Symbol&amp;quot;; font-size: 14px; text-align: start; background-color: rgb(255, 255, 255);&quot;&gt;Direction&lt;/span&gt;&lt;span style=&quot;background-color: light-dark(rgb(255, 255, 255), rgb(18, 18, 18)); color: light-dark(rgba(0, 0, 0, 0.9), rgba(237, 237, 237, 0.9)); font-family: &amp;quot;Segoe UI VSS (Regular)&amp;quot;, &amp;quot;Segoe UI&amp;quot;, -apple-system, BlinkMacSystemFont, Roboto, &amp;quot;Helvetica Neue&amp;quot;, Helvetica, Ubuntu, Arial, sans-serif, &amp;quot;Apple Color Emoji&amp;quot;, &amp;quot;Segoe UI Emoji&amp;quot;, &amp;quot;Segoe UI Symbol&amp;quot;; font-size: 14px; text-align: start;&quot;&gt;_tbl&lt;/span&gt;" vertex="1">
          <mxGeometry height="80" width="150" x="1290.6363636363635" y="1409.3636363636363" as="geometry" />
        </mxCell>
        <mxCell id="VEAa2O26n6UEFuyFMqfj-25" parent="VEAa2O26n6UEFuyFMqfj-24" style="text;strokeColor=none;fillColor=none;align=left;verticalAlign=middle;spacingLeft=4;spacingRight=4;overflow=hidden;points=[[0,0.5],[1,0.5]];portConstraint=eastwest;rotatable=0;html=1;whiteSpace=wrap;labelBorderColor=none;textShadow=0;" value="&lt;ol&gt;&lt;li&gt;DirectionId&amp;nbsp;&lt;b&gt;PK&lt;/b&gt;&lt;/li&gt;&lt;li&gt;&lt;b&gt;&lt;span style=&quot;font-weight: 400;&quot;&gt;DirectionName&lt;/span&gt;&lt;/b&gt;&lt;/li&gt;&lt;/ol&gt;" vertex="1">
          <mxGeometry height="50" width="150" y="30" as="geometry" />
        </mxCell>
        <mxCell id="VEAa2O26n6UEFuyFMqfj-26" edge="1" parent="1" source="VEAa2O26n6UEFuyFMqfj-28" style="edgeStyle=orthogonalEdgeStyle;rounded=0;orthogonalLoop=1;jettySize=auto;html=1;entryX=0.5;entryY=0;entryDx=0;entryDy=0;" target="VEAa2O26n6UEFuyFMqfj-30">
          <mxGeometry relative="1" as="geometry" />
        </mxCell>
        <mxCell id="VEAa2O26n6UEFuyFMqfj-27" edge="1" parent="1" source="VEAa2O26n6UEFuyFMqfj-28" style="edgeStyle=orthogonalEdgeStyle;rounded=0;orthogonalLoop=1;jettySize=auto;html=1;exitX=0.5;exitY=1;exitDx=0;exitDy=0;entryX=0.5;entryY=0;entryDx=0;entryDy=0;" target="VEAa2O26n6UEFuyFMqfj-32">
          <mxGeometry relative="1" as="geometry" />
        </mxCell>
        <mxCell id="VEAa2O26n6UEFuyFMqfj-28" parent="1" style="swimlane;fontStyle=0;childLayout=stackLayout;horizontal=1;startSize=30;horizontalStack=0;resizeParent=1;resizeParentMax=0;resizeLast=0;collapsible=1;marginBottom=0;whiteSpace=wrap;html=1;" value="&lt;span style=&quot;color: rgba(0, 0, 0, 0.9); font-family: &amp;quot;Segoe UI VSS (Regular)&amp;quot;, &amp;quot;Segoe UI&amp;quot;, -apple-system, BlinkMacSystemFont, Roboto, &amp;quot;Helvetica Neue&amp;quot;, Helvetica, Ubuntu, Arial, sans-serif, &amp;quot;Apple Color Emoji&amp;quot;, &amp;quot;Segoe UI Emoji&amp;quot;, &amp;quot;Segoe UI Symbol&amp;quot;; font-size: 14px; text-align: start; background-color: rgb(255, 255, 255);&quot;&gt;FieldTypeValue_tbl&lt;/span&gt;" vertex="1">
          <mxGeometry height="150" width="210" x="1599.9963636363634" y="890.0036363636362" as="geometry" />
        </mxCell>
        <mxCell id="VEAa2O26n6UEFuyFMqfj-29" parent="VEAa2O26n6UEFuyFMqfj-28" style="text;strokeColor=none;fillColor=none;align=left;verticalAlign=middle;spacingLeft=4;spacingRight=4;overflow=hidden;points=[[0,0.5],[1,0.5]];portConstraint=eastwest;rotatable=0;html=1;whiteSpace=wrap;labelBorderColor=none;textShadow=0;" value="&lt;ol&gt;&lt;li&gt;&lt;span style=&quot;box-sizing: border-box; color: rgba(0, 0, 0, 0.9); font-family: &amp;quot;Segoe UI VSS (Regular)&amp;quot;, &amp;quot;Segoe UI&amp;quot;, -apple-system, BlinkMacSystemFont, Roboto, &amp;quot;Helvetica Neue&amp;quot;, Helvetica, Ubuntu, Arial, sans-serif, &amp;quot;Apple Color Emoji&amp;quot;, &amp;quot;Segoe UI Emoji&amp;quot;, &amp;quot;Segoe UI Symbol&amp;quot;; font-size: 15px; background-color: rgb(255, 255, 255);&quot;&gt;&lt;span style=&quot;box-sizing: border-box;&quot;&gt;FieldTypeValueId &lt;b&gt;PK&lt;/b&gt;&lt;/span&gt;&lt;/span&gt;&lt;/li&gt;&lt;li&gt;&lt;span style=&quot;box-sizing: border-box; color: rgba(0, 0, 0, 0.9); font-family: &amp;quot;Segoe UI VSS (Regular)&amp;quot;, &amp;quot;Segoe UI&amp;quot;, -apple-system, BlinkMacSystemFont, Roboto, &amp;quot;Helvetica Neue&amp;quot;, Helvetica, Ubuntu, Arial, sans-serif, &amp;quot;Apple Color Emoji&amp;quot;, &amp;quot;Segoe UI Emoji&amp;quot;, &amp;quot;Segoe UI Symbol&amp;quot;; font-size: 15px; background-color: rgb(255, 255, 255);&quot;&gt;FieldTypeId &lt;b&gt;FK&lt;/b&gt;&lt;/span&gt;&lt;/li&gt;&lt;li&gt;&lt;span style=&quot;box-sizing: border-box; color: rgba(0, 0, 0, 0.9); font-family: &amp;quot;Segoe UI VSS (Regular)&amp;quot;, &amp;quot;Segoe UI&amp;quot;, -apple-system, BlinkMacSystemFont, Roboto, &amp;quot;Helvetica Neue&amp;quot;, Helvetica, Ubuntu, Arial, sans-serif, &amp;quot;Apple Color Emoji&amp;quot;, &amp;quot;Segoe UI Emoji&amp;quot;, &amp;quot;Segoe UI Symbol&amp;quot;; font-size: 15px; background-color: rgb(255, 255, 255);&quot;&gt;FieldValueId &lt;b&gt;FK&lt;/b&gt;&lt;/span&gt;&lt;/li&gt;&lt;li&gt;&lt;span style=&quot;color: rgba(0, 0, 0, 0.9); font-family: &amp;quot;Segoe UI VSS (Regular)&amp;quot;, &amp;quot;Segoe UI&amp;quot;, -apple-system, BlinkMacSystemFont, Roboto, &amp;quot;Helvetica Neue&amp;quot;, Helvetica, Ubuntu, Arial, sans-serif, &amp;quot;Apple Color Emoji&amp;quot;, &amp;quot;Segoe UI Emoji&amp;quot;, &amp;quot;Segoe UI Symbol&amp;quot;; font-size: 15px; background-color: rgb(255, 255, 255);&quot;&gt;ExternalId &lt;b&gt;FK&lt;/b&gt;&lt;/span&gt;&lt;br style=&quot;box-sizing: border-box; color: rgba(0, 0, 0, 0.9); font-family: &amp;quot;Segoe UI VSS (Regular)&amp;quot;, &amp;quot;Segoe UI&amp;quot;, -apple-system, BlinkMacSystemFont, Roboto, &amp;quot;Helvetica Neue&amp;quot;, Helvetica, Ubuntu, Arial, sans-serif, &amp;quot;Apple Color Emoji&amp;quot;, &amp;quot;Segoe UI Emoji&amp;quot;, &amp;quot;Segoe UI Symbol&amp;quot;; font-size: 15px; background-color: rgb(255, 255, 255);&quot;&gt;&lt;/li&gt;&lt;li&gt;&lt;span style=&quot;color: rgba(0, 0, 0, 0.9); font-family: &amp;quot;Segoe UI VSS (Regular)&amp;quot;, &amp;quot;Segoe UI&amp;quot;, -apple-system, BlinkMacSystemFont, Roboto, &amp;quot;Helvetica Neue&amp;quot;, Helvetica, Ubuntu, Arial, sans-serif, &amp;quot;Apple Color Emoji&amp;quot;, &amp;quot;Segoe UI Emoji&amp;quot;, &amp;quot;Segoe UI Symbol&amp;quot;; font-size: 15px; background-color: rgb(255, 255, 255);&quot;&gt;ExternalNotifFlag&lt;/span&gt;&lt;/li&gt;&lt;/ol&gt;" vertex="1">
          <mxGeometry height="120" width="210" y="30" as="geometry" />
        </mxCell>
        <mxCell id="VEAa2O26n6UEFuyFMqfj-30" parent="1" style="swimlane;fontStyle=0;childLayout=stackLayout;horizontal=1;startSize=30;horizontalStack=0;resizeParent=1;resizeParentMax=0;resizeLast=0;collapsible=1;marginBottom=0;whiteSpace=wrap;html=1;" value="&lt;span style=&quot;color: rgba(0, 0, 0, 0.9); font-family: &amp;quot;Segoe UI VSS (Regular)&amp;quot;, &amp;quot;Segoe UI&amp;quot;, -apple-system, BlinkMacSystemFont, Roboto, &amp;quot;Helvetica Neue&amp;quot;, Helvetica, Ubuntu, Arial, sans-serif, &amp;quot;Apple Color Emoji&amp;quot;, &amp;quot;Segoe UI Emoji&amp;quot;, &amp;quot;Segoe UI Symbol&amp;quot;; font-size: 14px; text-align: start; background-color: rgb(255, 255, 255);&quot;&gt;FieldType&lt;/span&gt;&lt;span style=&quot;background-color: light-dark(rgb(255, 255, 255), rgb(18, 18, 18)); color: light-dark(rgba(0, 0, 0, 0.9), rgba(237, 237, 237, 0.9)); font-family: &amp;quot;Segoe UI VSS (Regular)&amp;quot;, &amp;quot;Segoe UI&amp;quot;, -apple-system, BlinkMacSystemFont, Roboto, &amp;quot;Helvetica Neue&amp;quot;, Helvetica, Ubuntu, Arial, sans-serif, &amp;quot;Apple Color Emoji&amp;quot;, &amp;quot;Segoe UI Emoji&amp;quot;, &amp;quot;Segoe UI Symbol&amp;quot;; font-size: 14px; text-align: start;&quot;&gt;_tbl&lt;/span&gt;" vertex="1">
          <mxGeometry height="190" width="210" x="1539.9963636363634" y="1094.3636363636363" as="geometry" />
        </mxCell>
        <mxCell id="VEAa2O26n6UEFuyFMqfj-31" parent="VEAa2O26n6UEFuyFMqfj-30" style="text;strokeColor=none;fillColor=none;align=left;verticalAlign=middle;spacingLeft=4;spacingRight=4;overflow=hidden;points=[[0,0.5],[1,0.5]];portConstraint=eastwest;rotatable=0;html=1;whiteSpace=wrap;labelBorderColor=none;textShadow=0;" value="&lt;ol&gt;&lt;li&gt;&lt;span style=&quot;color: rgba(0, 0, 0, 0.9); font-family: &amp;quot;Segoe UI VSS (Regular)&amp;quot;, &amp;quot;Segoe UI&amp;quot;, -apple-system, BlinkMacSystemFont, Roboto, &amp;quot;Helvetica Neue&amp;quot;, Helvetica, Ubuntu, Arial, sans-serif, &amp;quot;Apple Color Emoji&amp;quot;, &amp;quot;Segoe UI Emoji&amp;quot;, &amp;quot;Segoe UI Symbol&amp;quot;; font-size: 15px; background-color: rgb(255, 255, 255);&quot;&gt;FieldTypeId &lt;b&gt;PK&lt;/b&gt;&lt;/span&gt;&lt;/li&gt;&lt;li&gt;&lt;span style=&quot;color: rgba(0, 0, 0, 0.9); font-family: &amp;quot;Segoe UI VSS (Regular)&amp;quot;, &amp;quot;Segoe UI&amp;quot;, -apple-system, BlinkMacSystemFont, Roboto, &amp;quot;Helvetica Neue&amp;quot;, Helvetica, Ubuntu, Arial, sans-serif, &amp;quot;Apple Color Emoji&amp;quot;, &amp;quot;Segoe UI Emoji&amp;quot;, &amp;quot;Segoe UI Symbol&amp;quot;; font-size: 15px; background-color: rgb(255, 255, 255);&quot;&gt;FieldType&lt;/span&gt;&lt;/li&gt;&lt;li&gt;&lt;span style=&quot;color: rgba(0, 0, 0, 0.9); font-family: &amp;quot;Segoe UI VSS (Regular)&amp;quot;, &amp;quot;Segoe UI&amp;quot;, -apple-system, BlinkMacSystemFont, Roboto, &amp;quot;Helvetica Neue&amp;quot;, Helvetica, Ubuntu, Arial, sans-serif, &amp;quot;Apple Color Emoji&amp;quot;, &amp;quot;Segoe UI Emoji&amp;quot;, &amp;quot;Segoe UI Symbol&amp;quot;; font-size: 15px; background-color: rgb(255, 255, 255);&quot;&gt;ExternalTableName&lt;/span&gt;&lt;/li&gt;&lt;li&gt;&lt;span style=&quot;color: rgba(0, 0, 0, 0.9); font-family: &amp;quot;Segoe UI VSS (Regular)&amp;quot;, &amp;quot;Segoe UI&amp;quot;, -apple-system, BlinkMacSystemFont, Roboto, &amp;quot;Helvetica Neue&amp;quot;, Helvetica, Ubuntu, Arial, sans-serif, &amp;quot;Apple Color Emoji&amp;quot;, &amp;quot;Segoe UI Emoji&amp;quot;, &amp;quot;Segoe UI Symbol&amp;quot;; font-size: 15px; background-color: rgb(255, 255, 255);&quot;&gt;ExternalSearchColumn&lt;/span&gt;&lt;br style=&quot;box-sizing: border-box; color: rgba(0, 0, 0, 0.9); font-family: &amp;quot;Segoe UI VSS (Regular)&amp;quot;, &amp;quot;Segoe UI&amp;quot;, -apple-system, BlinkMacSystemFont, Roboto, &amp;quot;Helvetica Neue&amp;quot;, Helvetica, Ubuntu, Arial, sans-serif, &amp;quot;Apple Color Emoji&amp;quot;, &amp;quot;Segoe UI Emoji&amp;quot;, &amp;quot;Segoe UI Symbol&amp;quot;; font-size: 15px; background-color: rgb(255, 255, 255);&quot;&gt;&lt;/li&gt;&lt;li&gt;&lt;span style=&quot;background-color: rgb(255, 255, 255); font-size: 15px; font-family: &amp;quot;Segoe UI VSS (Regular)&amp;quot;, &amp;quot;Segoe UI&amp;quot;, -apple-system, BlinkMacSystemFont, Roboto, &amp;quot;Helvetica Neue&amp;quot;, Helvetica, Ubuntu, Arial, sans-serif, &amp;quot;Apple Color Emoji&amp;quot;, &amp;quot;Segoe UI Emoji&amp;quot;, &amp;quot;Segoe UI Symbol&amp;quot;; color: rgba(0, 0, 0, 0.9);&quot;&gt;ExternalIdColumn&lt;/span&gt;&lt;/li&gt;&lt;li&gt;&lt;span style=&quot;background-color: rgb(255, 255, 255); font-size: 15px; font-family: &amp;quot;Segoe UI VSS (Regular)&amp;quot;, &amp;quot;Segoe UI&amp;quot;, -apple-system, BlinkMacSystemFont, Roboto, &amp;quot;Helvetica Neue&amp;quot;, Helvetica, Ubuntu, Arial, sans-serif, &amp;quot;Apple Color Emoji&amp;quot;, &amp;quot;Segoe UI Emoji&amp;quot;, &amp;quot;Segoe UI Symbol&amp;quot;; color: rgba(0, 0, 0, 0.9);&quot;&gt;ExternalWhereClause&lt;/span&gt;&lt;/li&gt;&lt;li&gt;&lt;span style=&quot;background-color: rgb(255, 255, 255); font-size: 15px; font-family: &amp;quot;Segoe UI VSS (Regular)&amp;quot;, &amp;quot;Segoe UI&amp;quot;, -apple-system, BlinkMacSystemFont, Roboto, &amp;quot;Helvetica Neue&amp;quot;, Helvetica, Ubuntu, Arial, sans-serif, &amp;quot;Apple Color Emoji&amp;quot;, &amp;quot;Segoe UI Emoji&amp;quot;, &amp;quot;Segoe UI Symbol&amp;quot;; color: rgba(0, 0, 0, 0.9);&quot;&gt;ExternalNotifFlag&lt;/span&gt;&lt;/li&gt;&lt;/ol&gt;" vertex="1">
          <mxGeometry height="160" width="210" y="30" as="geometry" />
        </mxCell>
        <mxCell id="VEAa2O26n6UEFuyFMqfj-32" parent="1" style="swimlane;fontStyle=0;childLayout=stackLayout;horizontal=1;startSize=30;horizontalStack=0;resizeParent=1;resizeParentMax=0;resizeLast=0;collapsible=1;marginBottom=0;whiteSpace=wrap;html=1;" value="&lt;span style=&quot;color: rgba(0, 0, 0, 0.9); font-family: &amp;quot;Segoe UI VSS (Regular)&amp;quot;, &amp;quot;Segoe UI&amp;quot;, -apple-system, BlinkMacSystemFont, Roboto, &amp;quot;Helvetica Neue&amp;quot;, Helvetica, Ubuntu, Arial, sans-serif, &amp;quot;Apple Color Emoji&amp;quot;, &amp;quot;Segoe UI Emoji&amp;quot;, &amp;quot;Segoe UI Symbol&amp;quot;; font-size: 14px; text-align: start; background-color: rgb(255, 255, 255);&quot;&gt;FieldValue&lt;/span&gt;&lt;span style=&quot;background-color: light-dark(rgb(255, 255, 255), rgb(18, 18, 18)); color: light-dark(rgba(0, 0, 0, 0.9), rgba(237, 237, 237, 0.9)); font-family: &amp;quot;Segoe UI VSS (Regular)&amp;quot;, &amp;quot;Segoe UI&amp;quot;, -apple-system, BlinkMacSystemFont, Roboto, &amp;quot;Helvetica Neue&amp;quot;, Helvetica, Ubuntu, Arial, sans-serif, &amp;quot;Apple Color Emoji&amp;quot;, &amp;quot;Segoe UI Emoji&amp;quot;, &amp;quot;Segoe UI Symbol&amp;quot;; font-size: 14px; text-align: start;&quot;&gt;_tbl&lt;/span&gt;" vertex="1">
          <mxGeometry height="100" width="190" x="1760.6363636363635" y="1094.3636363636363" as="geometry" />
        </mxCell>
        <mxCell id="VEAa2O26n6UEFuyFMqfj-33" parent="VEAa2O26n6UEFuyFMqfj-32" style="text;strokeColor=none;fillColor=none;align=left;verticalAlign=middle;spacingLeft=4;spacingRight=4;overflow=hidden;points=[[0,0.5],[1,0.5]];portConstraint=eastwest;rotatable=0;html=1;whiteSpace=wrap;labelBorderColor=none;textShadow=0;" value="&lt;ol&gt;&lt;li&gt;&lt;span style=&quot;color: rgba(0, 0, 0, 0.9); font-family: &amp;quot;Segoe UI VSS (Regular)&amp;quot;, &amp;quot;Segoe UI&amp;quot;, -apple-system, BlinkMacSystemFont, Roboto, &amp;quot;Helvetica Neue&amp;quot;, Helvetica, Ubuntu, Arial, sans-serif, &amp;quot;Apple Color Emoji&amp;quot;, &amp;quot;Segoe UI Emoji&amp;quot;, &amp;quot;Segoe UI Symbol&amp;quot;; font-size: 15px; background-color: rgb(255, 255, 255);&quot;&gt;FieldValueId &lt;b&gt;PK&lt;/b&gt;&lt;/span&gt;&lt;/li&gt;&lt;li&gt;&lt;span style=&quot;color: rgba(0, 0, 0, 0.9); font-family: &amp;quot;Segoe UI VSS (Regular)&amp;quot;, &amp;quot;Segoe UI&amp;quot;, -apple-system, BlinkMacSystemFont, Roboto, &amp;quot;Helvetica Neue&amp;quot;, Helvetica, Ubuntu, Arial, sans-serif, &amp;quot;Apple Color Emoji&amp;quot;, &amp;quot;Segoe UI Emoji&amp;quot;, &amp;quot;Segoe UI Symbol&amp;quot;; font-size: 15px; background-color: rgb(255, 255, 255);&quot;&gt;FieldValue&lt;/span&gt;&lt;/li&gt;&lt;/ol&gt;" vertex="1">
          <mxGeometry height="70" width="190" y="30" as="geometry" />
        </mxCell>
        <mxCell id="VEAa2O26n6UEFuyFMqfj-34" parent="1" style="swimlane;fontStyle=0;childLayout=stackLayout;horizontal=1;startSize=30;horizontalStack=0;resizeParent=1;resizeParentMax=0;resizeLast=0;collapsible=1;marginBottom=0;whiteSpace=wrap;html=1;" value="&lt;span style=&quot;color: rgba(0, 0, 0, 0.9); font-family: &amp;quot;Segoe UI VSS (Regular)&amp;quot;, &amp;quot;Segoe UI&amp;quot;, -apple-system, BlinkMacSystemFont, Roboto, &amp;quot;Helvetica Neue&amp;quot;, Helvetica, Ubuntu, Arial, sans-serif, &amp;quot;Apple Color Emoji&amp;quot;, &amp;quot;Segoe UI Emoji&amp;quot;, &amp;quot;Segoe UI Symbol&amp;quot;; font-size: 14px; text-align: start; background-color: rgb(255, 255, 255);&quot;&gt;VoyageFieldMap_tbl&lt;/span&gt;" vertex="1">
          <mxGeometry height="100" width="210" x="1290.6363636363635" y="834.3636363636363" as="geometry" />
        </mxCell>
        <mxCell id="VEAa2O26n6UEFuyFMqfj-35" parent="VEAa2O26n6UEFuyFMqfj-34" style="text;strokeColor=none;fillColor=none;align=left;verticalAlign=middle;spacingLeft=4;spacingRight=4;overflow=hidden;points=[[0,0.5],[1,0.5]];portConstraint=eastwest;rotatable=0;html=1;whiteSpace=wrap;labelBorderColor=none;textShadow=0;" value="&lt;ol&gt;&lt;li&gt;MapId &lt;b&gt;PK&lt;/b&gt;&lt;/li&gt;&lt;li&gt;VoyageId &lt;b&gt;FK&lt;/b&gt;&lt;/li&gt;&lt;li&gt;FieldTypeValueId &lt;b&gt;FK&lt;/b&gt;&lt;/li&gt;&lt;/ol&gt;" vertex="1">
          <mxGeometry height="70" width="210" y="30" as="geometry" />
        </mxCell>
        <mxCell id="VEAa2O26n6UEFuyFMqfj-36" edge="1" parent="1" source="VEAa2O26n6UEFuyFMqfj-35" style="edgeStyle=orthogonalEdgeStyle;rounded=0;orthogonalLoop=1;jettySize=auto;html=1;exitX=1;exitY=0.5;exitDx=0;exitDy=0;entryX=0;entryY=0.5;entryDx=0;entryDy=0;" target="VEAa2O26n6UEFuyFMqfj-29">
          <mxGeometry relative="1" as="geometry">
            <Array as="points">
              <mxPoint x="1560" y="899" />
              <mxPoint x="1560" y="980" />
            </Array>
          </mxGeometry>
        </mxCell>
        <mxCell id="VEAa2O26n6UEFuyFMqfj-37" edge="1" parent="1" source="VEAa2O26n6UEFuyFMqfj-40" style="edgeStyle=orthogonalEdgeStyle;rounded=0;orthogonalLoop=1;jettySize=auto;html=1;exitX=0.559;exitY=0.511;exitDx=0;exitDy=0;exitPerimeter=0;" target="VEAa2O26n6UEFuyFMqfj-22">
          <mxGeometry relative="1" as="geometry">
            <Array as="points">
              <mxPoint x="1268.6363636363635" y="1364.3636363636363" />
              <mxPoint x="1268.6363636363635" y="1389.3636363636363" />
              <mxPoint x="1200.6363636363635" y="1389.3636363636363" />
            </Array>
            <mxPoint x="1240.6363636363635" y="1419.3636363636365" as="sourcePoint" />
          </mxGeometry>
        </mxCell>
        <mxCell id="VEAa2O26n6UEFuyFMqfj-38" edge="1" parent="1" source="VEAa2O26n6UEFuyFMqfj-7" style="edgeStyle=orthogonalEdgeStyle;rounded=0;orthogonalLoop=1;jettySize=auto;html=1;exitX=1;exitY=0.5;exitDx=0;exitDy=0;entryX=0;entryY=0.5;entryDx=0;entryDy=0;" target="VEAa2O26n6UEFuyFMqfj-11">
          <mxGeometry relative="1" as="geometry" />
        </mxCell>
        <mxCell id="VEAa2O26n6UEFuyFMqfj-39" edge="1" parent="1" source="VEAa2O26n6UEFuyFMqfj-35" style="edgeStyle=orthogonalEdgeStyle;rounded=0;orthogonalLoop=1;jettySize=auto;html=1;exitX=0;exitY=0.5;exitDx=0;exitDy=0;entryX=0.5;entryY=0;entryDx=0;entryDy=0;" target="VEAa2O26n6UEFuyFMqfj-10">
          <mxGeometry relative="1" as="geometry" />
        </mxCell>
        <mxCell id="VEAa2O26n6UEFuyFMqfj-40" parent="1" style="line;strokeWidth=1;rotatable=0;dashed=0;labelPosition=right;align=left;verticalAlign=middle;spacingTop=0;spacingLeft=6;points=[];portConstraint=eastwest;" value="" vertex="1">
          <mxGeometry height="10" width="140" x="1200.6363636363635" y="1359.3636363636363" as="geometry" />
        </mxCell>
        <mxCell id="VEAa2O26n6UEFuyFMqfj-41" edge="1" parent="1" source="VEAa2O26n6UEFuyFMqfj-40" style="edgeStyle=orthogonalEdgeStyle;rounded=0;orthogonalLoop=1;jettySize=auto;html=1;exitX=0.485;exitY=0.867;exitDx=0;exitDy=0;exitPerimeter=0;entryX=0.5;entryY=0;entryDx=0;entryDy=0;" target="VEAa2O26n6UEFuyFMqfj-24">
          <mxGeometry relative="1" as="geometry">
            <Array as="points">
              <mxPoint x="1268.6363636363635" y="1389.3636363636363" />
              <mxPoint x="1365.6363636363635" y="1389.3636363636363" />
            </Array>
            <mxPoint x="1588.6363636363635" y="1399.3636363636363" as="sourcePoint" />
            <mxPoint x="1510.6363636363635" y="1429.3636363636363" as="targetPoint" />
          </mxGeometry>
        </mxCell>
        <mxCell id="VEAa2O26n6UEFuyFMqfj-42" parent="1" style="swimlane;fontStyle=0;childLayout=stackLayout;horizontal=1;startSize=30;horizontalStack=0;resizeParent=1;resizeParentMax=0;resizeLast=0;collapsible=1;marginBottom=0;whiteSpace=wrap;html=1;" value="&lt;span style=&quot;color: rgba(0, 0, 0, 0.9); font-family: &amp;quot;Segoe UI VSS (Regular)&amp;quot;, &amp;quot;Segoe UI&amp;quot;, -apple-system, BlinkMacSystemFont, Roboto, &amp;quot;Helvetica Neue&amp;quot;, Helvetica, Ubuntu, Arial, sans-serif, &amp;quot;Apple Color Emoji&amp;quot;, &amp;quot;Segoe UI Emoji&amp;quot;, &amp;quot;Segoe UI Symbol&amp;quot;; font-size: 14px; text-align: start; background-color: rgb(255, 255, 255);&quot;&gt;LoadStatus_tbl&lt;/span&gt;" vertex="1">
          <mxGeometry height="100" width="160" x="710" y="1339.36" as="geometry" />
        </mxCell>
        <mxCell id="VEAa2O26n6UEFuyFMqfj-43" parent="VEAa2O26n6UEFuyFMqfj-42" style="text;strokeColor=none;fillColor=none;align=left;verticalAlign=middle;spacingLeft=4;spacingRight=4;overflow=hidden;points=[[0,0.5],[1,0.5]];portConstraint=eastwest;rotatable=0;html=1;whiteSpace=wrap;labelBorderColor=none;textShadow=0;" value="&lt;ol&gt;&lt;li&gt;LoadStatusId &lt;b&gt;PK&lt;/b&gt;&lt;/li&gt;&lt;li&gt;Name&lt;/li&gt;&lt;/ol&gt;" vertex="1">
          <mxGeometry height="70" width="160" y="30" as="geometry" />
        </mxCell>
-         <mxCell id="VEAa2O26n6UEFuyFMqfj-46" parent="1" style="swimlane;fontStyle=0;childLayout=stackLayout;horizontal=1;startSize=30;horizontalStack=0;resizeParent=1;resizeParentMax=0;resizeLast=0;collapsible=1;marginBottom=0;whiteSpace=wrap;html=1;" value="&lt;span style=&quot;color: rgba(0, 0, 0, 0.9); font-family: &amp;quot;Segoe UI VSS (Regular)&amp;quot;, &amp;quot;Segoe UI&amp;quot;, -apple-system, BlinkMacSystemFont, Roboto, &amp;quot;Helvetica Neue&amp;quot;, Helvetica, Ubuntu, Arial, sans-serif, &amp;quot;Apple Color Emoji&amp;quot;, &amp;quot;Segoe UI Emoji&amp;quot;, &amp;quot;Segoe UI Symbol&amp;quot;; font-size: 14px; text-align: start; background-color: rgb(255, 255, 255);&quot;&gt;FileTypeId&lt;/span&gt;" vertex="1">
+         <mxCell id="VEAa2O26n6UEFuyFMqfj-46" parent="1" style="swimlane;fontStyle=0;childLayout=stackLayout;horizontal=1;startSize=30;horizontalStack=0;resizeParent=1;resizeParentMax=0;resizeLast=0;collapsible=1;marginBottom=0;whiteSpace=wrap;html=1;" value="&lt;span style=&quot;color: rgba(0, 0, 0, 0.9); font-family: &amp;quot;Segoe UI VSS (Regular)&amp;quot;, &amp;quot;Segoe UI&amp;quot;, -apple-system, BlinkMacSystemFont, Roboto, &amp;quot;Helvetica Neue&amp;quot;, Helvetica, Ubuntu, Arial, sans-serif, &amp;quot;Apple Color Emoji&amp;quot;, &amp;quot;Segoe UI Emoji&amp;quot;, &amp;quot;Segoe UI Symbol&amp;quot;; font-size: 14px; text-align: start; background-color: rgb(255, 255, 255);&quot;&gt;LoadTypeId&lt;/span&gt;" vertex="1">
          <mxGeometry height="100" width="160" x="540" y="1339.36" as="geometry" />
        </mxCell>
-         <mxCell id="VEAa2O26n6UEFuyFMqfj-47" parent="VEAa2O26n6UEFuyFMqfj-46" style="text;strokeColor=none;fillColor=none;align=left;verticalAlign=middle;spacingLeft=4;spacingRight=4;overflow=hidden;points=[[0,0.5],[1,0.5]];portConstraint=eastwest;rotatable=0;html=1;whiteSpace=wrap;labelBorderColor=none;textShadow=0;" value="&lt;ol&gt;&lt;li&gt;FileTypeId&amp;nbsp;&lt;b&gt;PK&lt;/b&gt;&lt;/li&gt;&lt;li&gt;&lt;b&gt;&lt;span style=&quot;font-weight: 400;&quot;&gt;Name&lt;br&gt;&lt;/span&gt;&lt;/b&gt;&lt;/li&gt;&lt;/ol&gt;" vertex="1">
+         <mxCell id="VEAa2O26n6UEFuyFMqfj-47" parent="VEAa2O26n6UEFuyFMqfj-46" style="text;strokeColor=none;fillColor=none;align=left;verticalAlign=middle;spacingLeft=4;spacingRight=4;overflow=hidden;points=[[0,0.5],[1,0.5]];portConstraint=eastwest;rotatable=0;html=1;whiteSpace=wrap;labelBorderColor=none;textShadow=0;" value="&lt;ol&gt;&lt;li&gt;LoadTypeId&amp;nbsp;&lt;b&gt;PK&lt;/b&gt;&lt;/li&gt;&lt;li&gt;&lt;b&gt;&lt;span style=&quot;font-weight: 400;&quot;&gt;Name&lt;br&gt;&lt;/span&gt;&lt;/b&gt;&lt;/li&gt;&lt;/ol&gt;" vertex="1">
          <mxGeometry height="70" width="160" y="30" as="geometry" />
        </mxCell>
        <mxCell id="VEAa2O26n6UEFuyFMqfj-50" parent="1" style="swimlane;fontStyle=0;childLayout=stackLayout;horizontal=1;startSize=30;horizontalStack=0;resizeParent=1;resizeParentMax=0;resizeLast=0;collapsible=1;marginBottom=0;whiteSpace=wrap;html=1;" value="&lt;span style=&quot;color: rgba(0, 0, 0, 0.9); font-family: &amp;quot;Segoe UI VSS (Regular)&amp;quot;, &amp;quot;Segoe UI&amp;quot;, -apple-system, BlinkMacSystemFont, Roboto, &amp;quot;Helvetica Neue&amp;quot;, Helvetica, Ubuntu, Arial, sans-serif, &amp;quot;Apple Color Emoji&amp;quot;, &amp;quot;Segoe UI Emoji&amp;quot;, &amp;quot;Segoe UI Symbol&amp;quot;; font-size: 14px; text-align: start; background-color: rgb(255, 255, 255);&quot;&gt;VoyageStatus_tbl&lt;/span&gt;" vertex="1">
          <mxGeometry height="100" width="160" x="920" y="780" as="geometry" />
        </mxCell>
        <mxCell id="VEAa2O26n6UEFuyFMqfj-51" parent="VEAa2O26n6UEFuyFMqfj-50" style="text;strokeColor=none;fillColor=none;align=left;verticalAlign=middle;spacingLeft=4;spacingRight=4;overflow=hidden;points=[[0,0.5],[1,0.5]];portConstraint=eastwest;rotatable=0;html=1;whiteSpace=wrap;labelBorderColor=none;textShadow=0;" value="&lt;ol&gt;&lt;li&gt;VoyageStatusId &lt;b&gt;PK&lt;/b&gt;&lt;/li&gt;&lt;li&gt;VoyageStatusName&lt;/li&gt;&lt;li&gt;Description&lt;/li&gt;&lt;/ol&gt;" vertex="1">
          <mxGeometry height="70" width="160" y="30" as="geometry" />
        </mxCell>
        <mxCell id="VEAa2O26n6UEFuyFMqfj-53" edge="1" parent="1" source="VEAa2O26n6UEFuyFMqfj-11" style="edgeStyle=orthogonalEdgeStyle;rounded=0;orthogonalLoop=1;jettySize=auto;html=1;exitX=1;exitY=0.5;exitDx=0;exitDy=0;entryX=0;entryY=0.5;entryDx=0;entryDy=0;" target="VEAa2O26n6UEFuyFMqfj-18">
          <mxGeometry relative="1" as="geometry" />
        </mxCell>
        <mxCell id="VEAa2O26n6UEFuyFMqfj-54" edge="1" parent="1" source="VEAa2O26n6UEFuyFMqfj-15" style="endArrow=block;dashed=1;endFill=0;endSize=12;html=1;rounded=0;exitX=0.75;exitY=0;exitDx=0;exitDy=0;" value="">
          <mxGeometry relative="1" width="160" as="geometry">
            <Array as="points">
              <mxPoint x="1230" y="1140" />
              <mxPoint x="1530" y="1140" />
              <mxPoint x="1530" y="1030" />
            </Array>
            <mxPoint x="740" y="900" as="sourcePoint" />
            <mxPoint x="1599" y="1029" as="targetPoint" />
          </mxGeometry>
        </mxCell>
      </root>
    </mxGraphModel>
  </diagram>
</mxfile>
